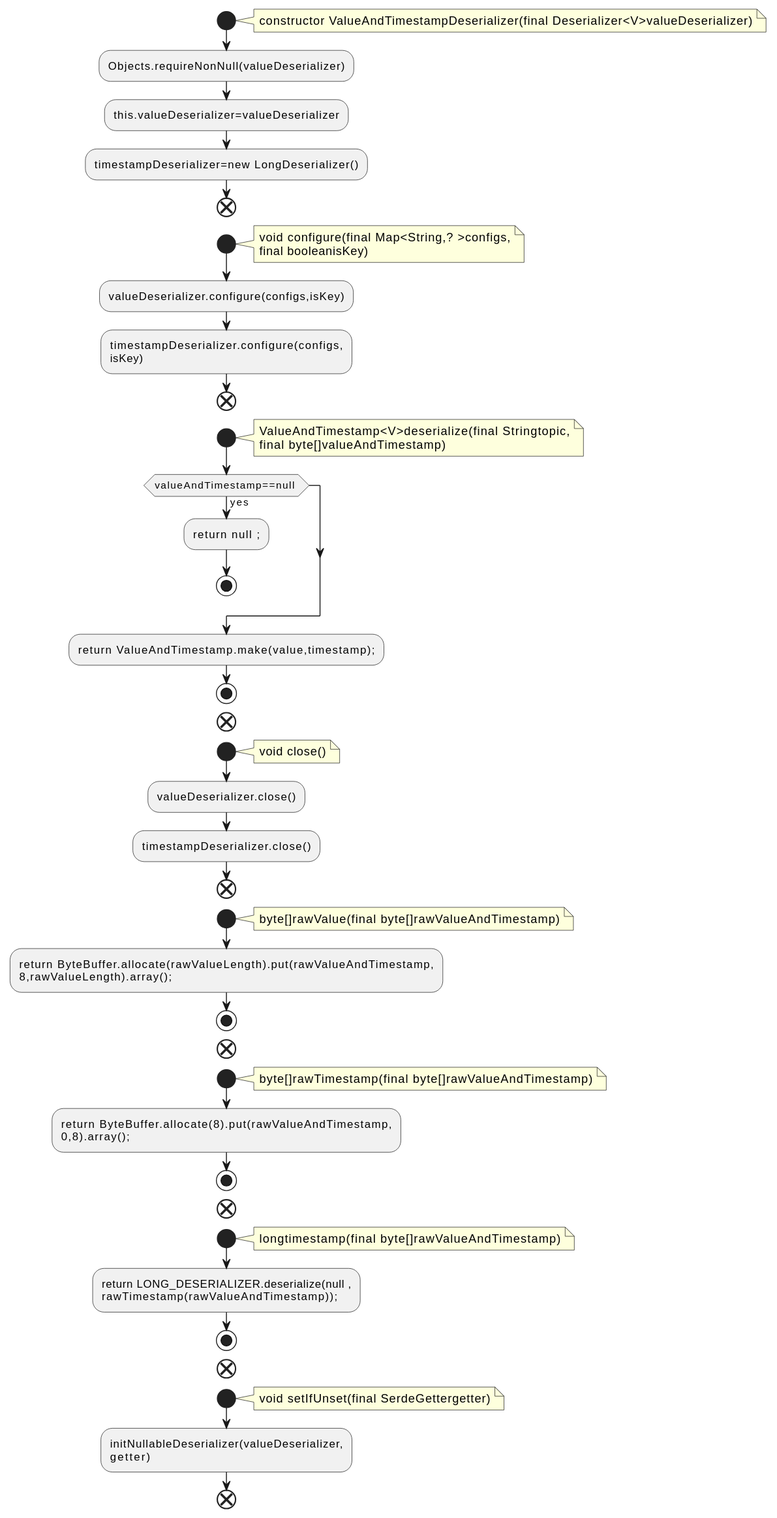
Before: docs/qc/streams/src/main/java/org/apache/kafka/streams/state/internals/ValueAndTimestampDeserializer.java.fct.svg, a diagram exported from PlantUML (qualitesys/kafka).
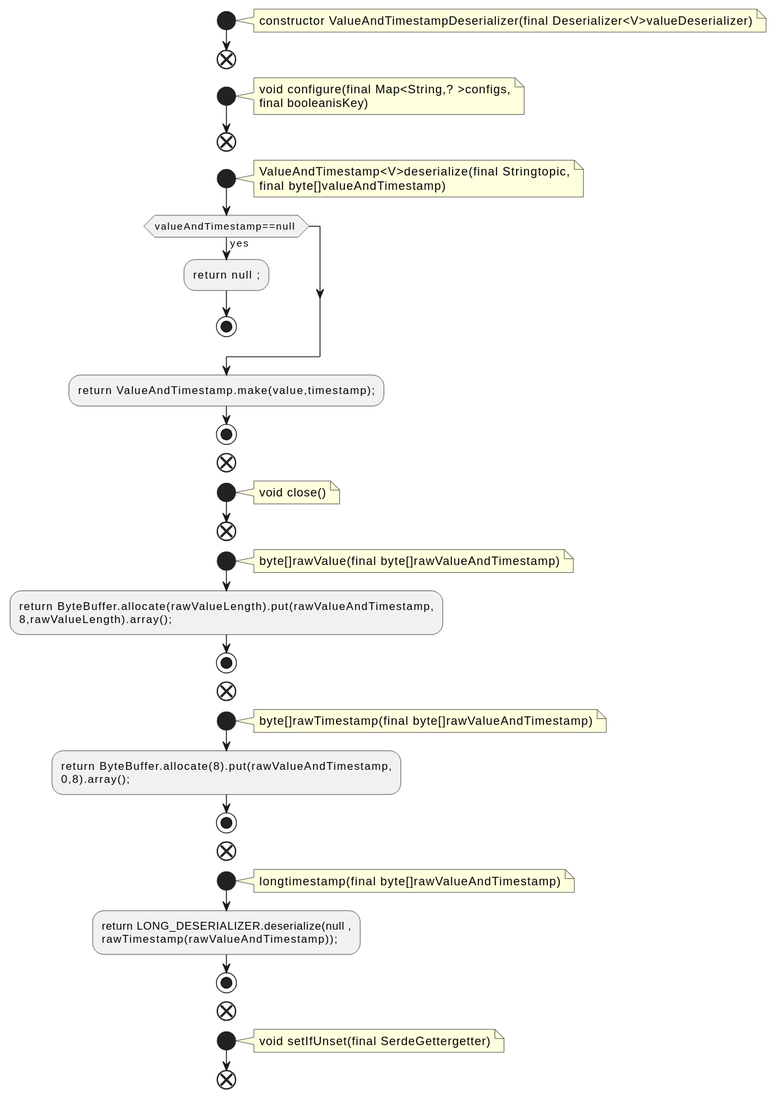
After the change.

Diff of the diagram source:
```diff
@@ -4,18 +4,12 @@
 note right
 constructor ValueAndTimestampDeserializer(final Deserializer<V>valueDeserializer)
 end note
-:Objects.requireNonNull(valueDeserializer);
-:this.valueDeserializer=valueDeserializer;
-:timestampDeserializer=new LongDeserializer();
 end
 start
 note right
 void configure(final Map<String,? >configs,
 final booleanisKey)
 end note
-:valueDeserializer.configure(configs,isKey);
-:timestampDeserializer.configure(configs,
-isKey);
 end
 start
 note right
@@ -33,8 +27,6 @@
 note right
 void close()
 end note
-:valueDeserializer.close();
-:timestampDeserializer.close();
 end
 start
 note right
@@ -64,7 +56,5 @@
 note right
 void setIfUnset(final SerdeGettergetter)
 end note
-:initNullableDeserializer(valueDeserializer,
-getter);
 end
 @enduml
```
